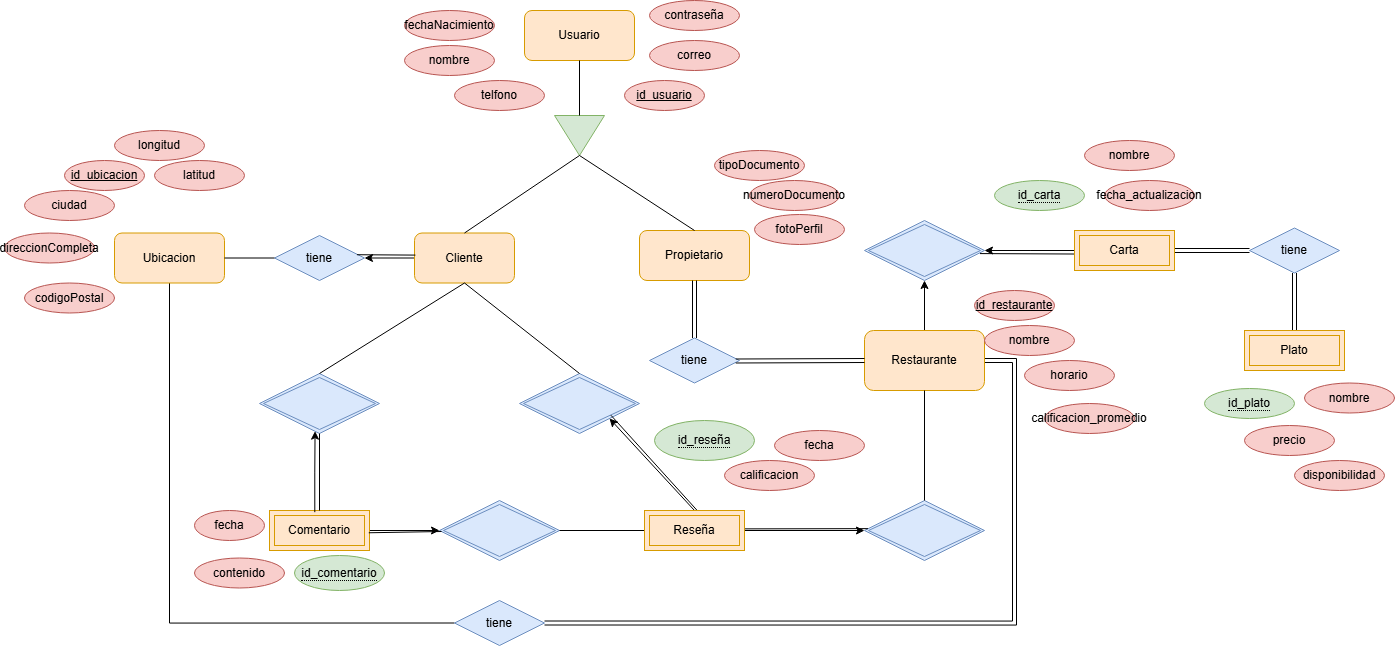
This is images/ER-PROYECTO-DBP.drawio.png from Davidht77/Backend-Plateful, a draw.io export, as it was before one commit. Source tidied: cells renumbered, new cells last; positions are measured from the earlier drawing's top-left corner, leaving out a move shared by most shapes.
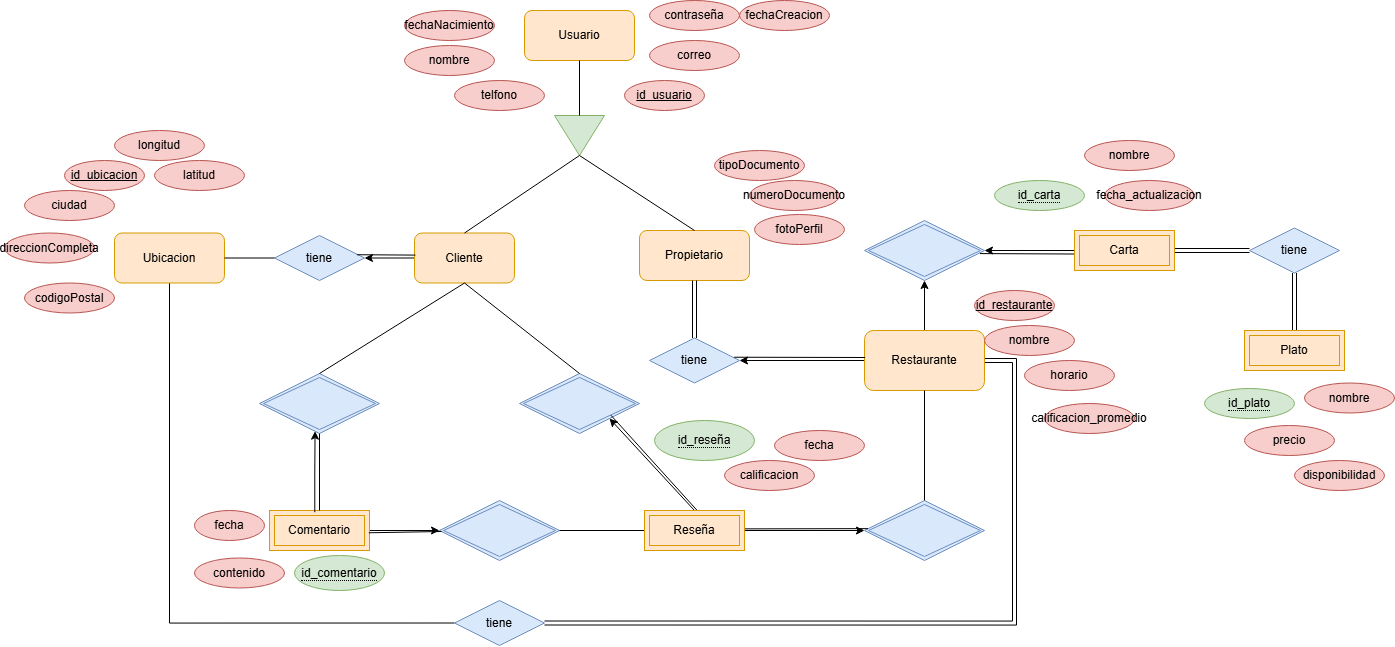
Later version of the same file.

What changed in the source:
```diff
@@ -16,6 +16,9 @@
         </Array>
       </mxGeometry>
     </mxCell>
+    <mxCell id="84" style="edgeStyle=orthogonalEdgeStyle;rounded=0;jettySize=auto;html=1;entryX=1;entryY=0.5;entryDx=0;entryDy=0;" parent="1" edge="1" source="5" target="27">
+      <mxGeometry relative="1" as="geometry" />
+    </mxCell>
     <mxCell id="5" value="Restaurante" style="rounded=1;whiteSpace=wrap;html=1;fillColor=#ffe6cc;strokeColor=#d79b00;" parent="1" vertex="1">
       <mxGeometry x="860" y="330" width="120" height="60" as="geometry" />
     </mxCell>
@@ -89,12 +92,6 @@
     <mxCell id="27" value="tiene" style="shape=rhombus;perimeter=rhombusPerimeter;whiteSpace=wrap;html=1;align=center;fillColor=#dae8fc;strokeColor=#6c8ebf;" parent="1" vertex="1">
       <mxGeometry x="645" y="337.5" width="90" height="45" as="geometry" />
     </mxCell>
-    <mxCell id="28" style="shape=link;html=1;rounded=0;exitX=0.958;exitY=0.511;exitDx=0;exitDy=0;exitPerimeter=0;entryX=0;entryY=0.5;entryDx=0;entryDy=0;" parent="1" edge="1" source="27" target="5">
-      <mxGeometry relative="1" as="geometry" />
-    </mxCell>
-    <mxCell id="29" style="html=1;whiteSpace=wrap;align=right;verticalAlign=bottom;" parent="28" vertex="1">
-      <mxGeometry x="1" relative="1" as="geometry" />
-    </mxCell>
     <mxCell id="30" style="shape=link;html=1;rounded=0;exitX=0.5;exitY=0;exitDx=0;exitDy=0;entryX=0.5;entryY=1;entryDx=0;entryDy=0;" parent="1" edge="1" source="27" target="16">
       <mxGeometry relative="1" as="geometry" />
     </mxCell>
@@ -265,5 +262,14 @@
     <mxCell id="83" value="fecha" style="ellipse;whiteSpace=wrap;html=1;align=center;fillColor=#f8cecc;strokeColor=#b85450;" parent="1" vertex="1">
       <mxGeometry x="190" y="510" width="70" height="30" as="geometry" />
     </mxCell>
+    <mxCell id="85" style="endArrow=none;html=1;rounded=0;exitX=0.963;exitY=0.427;exitDx=0;exitDy=0;exitPerimeter=0;entryX=0.022;entryY=0.45;entryDx=0;entryDy=0;entryPerimeter=0;" parent="1" edge="1">
+      <mxGeometry relative="1" as="geometry">
+        <mxPoint x="729.7" y="356.7" as="sourcePoint" />
+        <mxPoint x="860.6" y="357" as="targetPoint" />
+      </mxGeometry>
+    </mxCell>
+    <mxCell id="86" value="fechaCreacion" style="ellipse;whiteSpace=wrap;html=1;align=center;fillColor=#f8cecc;strokeColor=#b85450;" parent="1" vertex="1">
+      <mxGeometry x="735" width="90" height="30" as="geometry" />
+    </mxCell>
   </root>
 </mxGraphModel>
```
